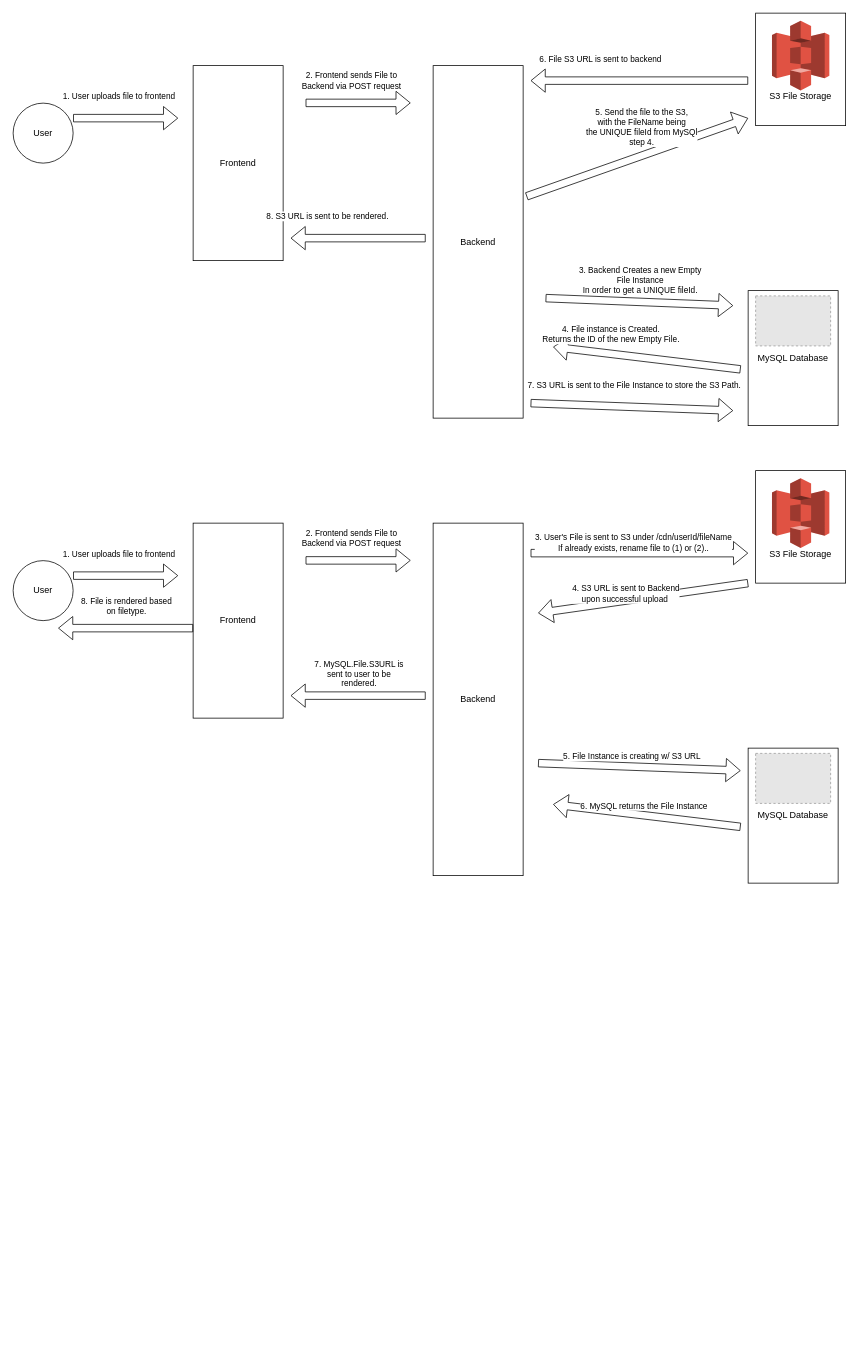
This is app/backend/UMLs/FileUpload.drawio from RithvikKasarla/Big-O-of-No, a draw.io file, before an edit. Source tidied: cells renumbered, new cells numbered last; positions are measured from the earlier drawing's top-left corner, leaving out a move shared by most shapes. Both pictures are drawn from the tidied source at 75%, with x=0, y=0 at pixel (13, 13). Pictures stored in the file or linked from it are replaced by grey dashed boxes.
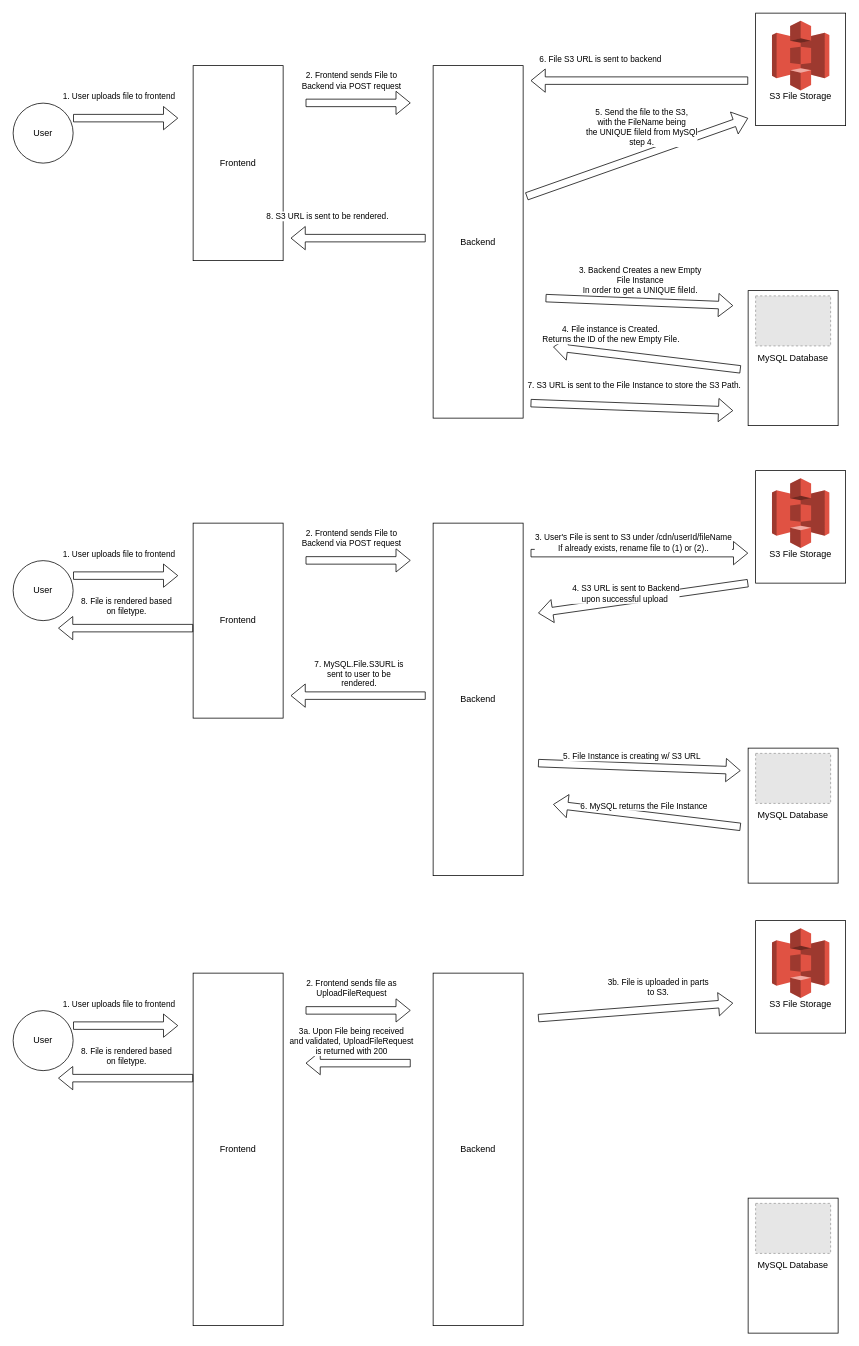
The same diagram, later.

Change to the diagram source:
```diff
@@
+    <mxCell id="48" value="Frontend" style="rounded=0;whiteSpace=wrap;html=1;" parent="1" vertex="1">
+      <mxGeometry x="240" y="1280" width="120" height="470" as="geometry" />
+    </mxCell>
+    <mxCell id="49" value="Backend" style="rounded=0;whiteSpace=wrap;html=1;" parent="1" vertex="1">
+      <mxGeometry x="560" y="1280" width="120" height="470" as="geometry" />
+    </mxCell>
+    <mxCell id="50" value="&lt;br&gt;&lt;br&gt;&lt;br&gt;&lt;br&gt;&lt;br&gt;S3 File Storage" style="rounded=0;whiteSpace=wrap;html=1;" parent="1" vertex="1">
+      <mxGeometry x="990" y="1210" width="120" height="150" as="geometry" />
+    </mxCell>
+    <mxCell id="51" value="MySQL Database" style="rounded=0;whiteSpace=wrap;html=1;" parent="1" vertex="1">
+      <mxGeometry x="980" y="1580" width="120" height="180" as="geometry" />
+    </mxCell>
+    <mxCell id="52" value="User" style="ellipse;whiteSpace=wrap;html=1;" parent="1" vertex="1">
+      <mxGeometry y="1330" width="80" height="80" as="geometry" />
+    </mxCell>
+    <mxCell id="53" style="shape=flexArrow;endArrow=classic;html=1;" parent="1" edge="1">
+      <mxGeometry relative="1" as="geometry">
+        <mxPoint x="80" y="1350" as="sourcePoint" />
+        <mxPoint x="220" y="1350" as="targetPoint" />
+      </mxGeometry>
+    </mxCell>
+    <mxCell id="54" value="1. User uploads file to frontend" style="edgeLabel;html=1;align=center;verticalAlign=middle;" parent="53" vertex="1">
+      <mxGeometry x="0.2" relative="1" as="geometry">
+        <mxPoint x="-24" y="-30" as="offset" />
+      </mxGeometry>
+    </mxCell>
+    <mxCell id="55" style="shape=flexArrow;endArrow=classic;html=1;" parent="1" edge="1">
+      <mxGeometry relative="1" as="geometry">
+        <mxPoint x="390" y="1329.7" as="sourcePoint" />
+        <mxPoint x="530" y="1329.7" as="targetPoint" />
+      </mxGeometry>
+    </mxCell>
+    <mxCell id="56" value="2. Frontend sends file as&lt;br&gt;UploadFileRequest" style="edgeLabel;html=1;align=center;verticalAlign=middle;" parent="55" vertex="1">
+      <mxGeometry x="0.2" relative="1" as="geometry">
+        <mxPoint x="-24" y="-30" as="offset" />
+      </mxGeometry>
+    </mxCell>
+    <mxCell id="57" style="dashed=0;verticalLabelPosition=bottom;verticalAlign=top;align=center;html=1;shape=mxgraph.aws3.s3;fillColor=#E05243;gradientColor=none;" parent="1" vertex="1">
+      <mxGeometry x="1011.8" y="1220" width="76.5" height="93" as="geometry" />
+    </mxCell>
+    <mxCell id="58" style="fillColor=#E6E6E6;strokeColor=#999999;dashed=1;verticalLabelPosition=bottom;verticalAlign=top;" parent="1" vertex="1">
+      <mxGeometry x="990" y="1587" width="100" height="66.7" as="geometry" />
+    </mxCell>
+    <mxCell id="59" style="shape=flexArrow;endArrow=classic;html=1;" parent="1" edge="1">
+      <mxGeometry relative="1" as="geometry">
+        <mxPoint x="240" y="1420" as="sourcePoint" />
+        <mxPoint x="60" y="1420" as="targetPoint" />
+      </mxGeometry>
+    </mxCell>
+    <mxCell id="60" value="8. File is rendered based&lt;br&gt;on filetype." style="edgeLabel;html=1;align=center;verticalAlign=middle;" parent="59" vertex="1">
+      <mxGeometry x="0.2" relative="1" as="geometry">
+        <mxPoint x="18" y="-30" as="offset" />
+      </mxGeometry>
+    </mxCell>
+    <mxCell id="61" style="shape=flexArrow;endArrow=classic;html=1;" parent="1" edge="1">
+      <mxGeometry relative="1" as="geometry">
+        <mxPoint x="530" y="1400" as="sourcePoint" />
+        <mxPoint x="390" y="1400" as="targetPoint" />
+      </mxGeometry>
+    </mxCell>
+    <mxCell id="62" value="3a. Upon File being received&lt;br&gt;and validated, UploadFileRequest&lt;br&gt;is returned with 200" style="edgeLabel;html=1;align=center;verticalAlign=middle;" parent="61" vertex="1">
+      <mxGeometry x="0.2" relative="1" as="geometry">
+        <mxPoint x="4" y="-30" as="offset" />
+      </mxGeometry>
+    </mxCell>
+    <mxCell id="63" style="shape=flexArrow;endArrow=classic;html=1;" parent="1" edge="1">
+      <mxGeometry relative="1" as="geometry">
+        <mxPoint x="700" y="1340" as="sourcePoint" />
+        <mxPoint x="960" y="1320" as="targetPoint" />
+      </mxGeometry>
+    </mxCell>
+    <mxCell id="64" value="3b. File is uploaded in parts&lt;br&gt;to S3." style="edgeLabel;html=1;align=center;verticalAlign=middle;" parent="63" vertex="1">
+      <mxGeometry x="0.2" relative="1" as="geometry">
+        <mxPoint x="4" y="-30" as="offset" />
+      </mxGeometry>
+    </mxCell>
```
